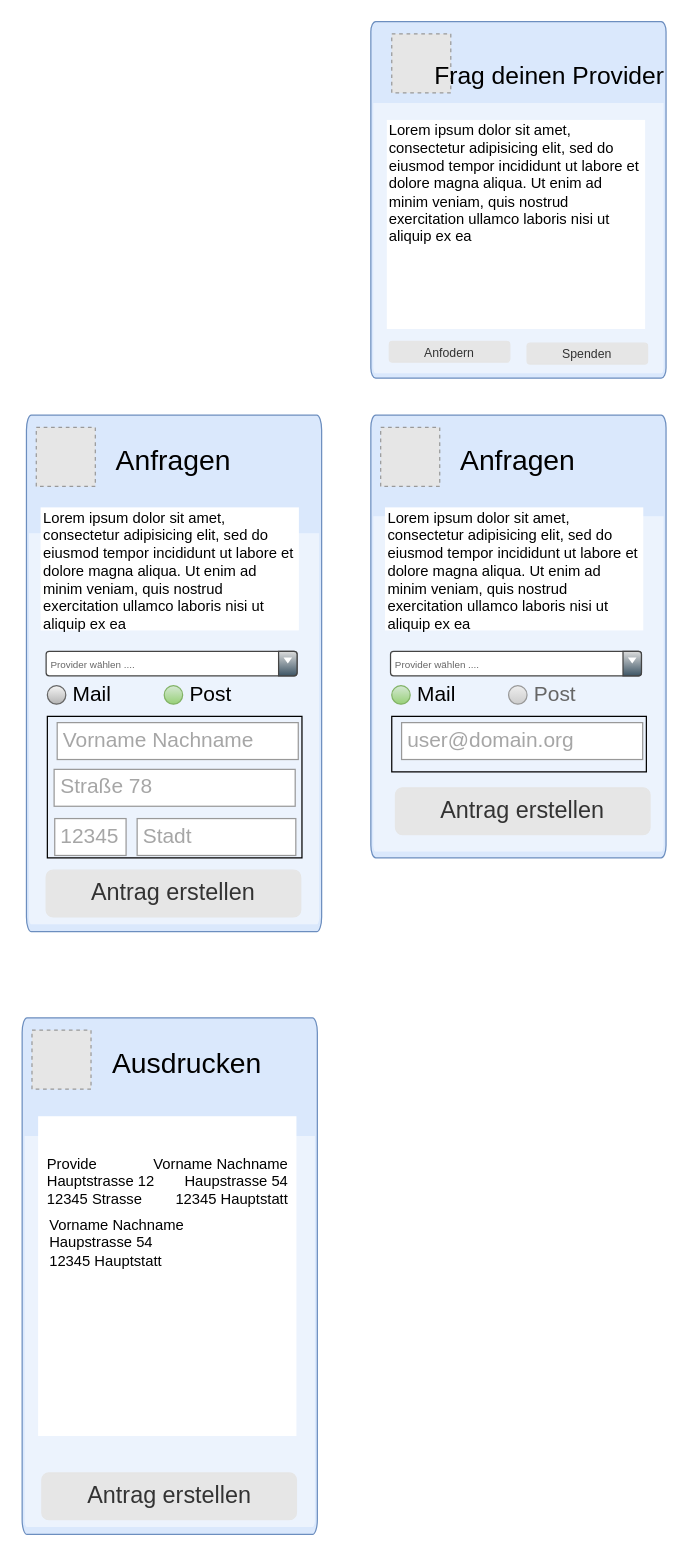
This is docs/moc/FormFlow.drawio from pefi-78/frag-deinen-provider.de, a draw.io file, before an edit. Source tidied: cells renumbered, new cells numbered last; positions are measured from the earlier drawing's top-left corner, leaving out a move shared by most shapes. Both pictures are drawn from the tidied source at 123%, with x=0, y=0 at pixel (21, 21). Pictures stored in the file or linked from it are replaced by grey dashed boxes.
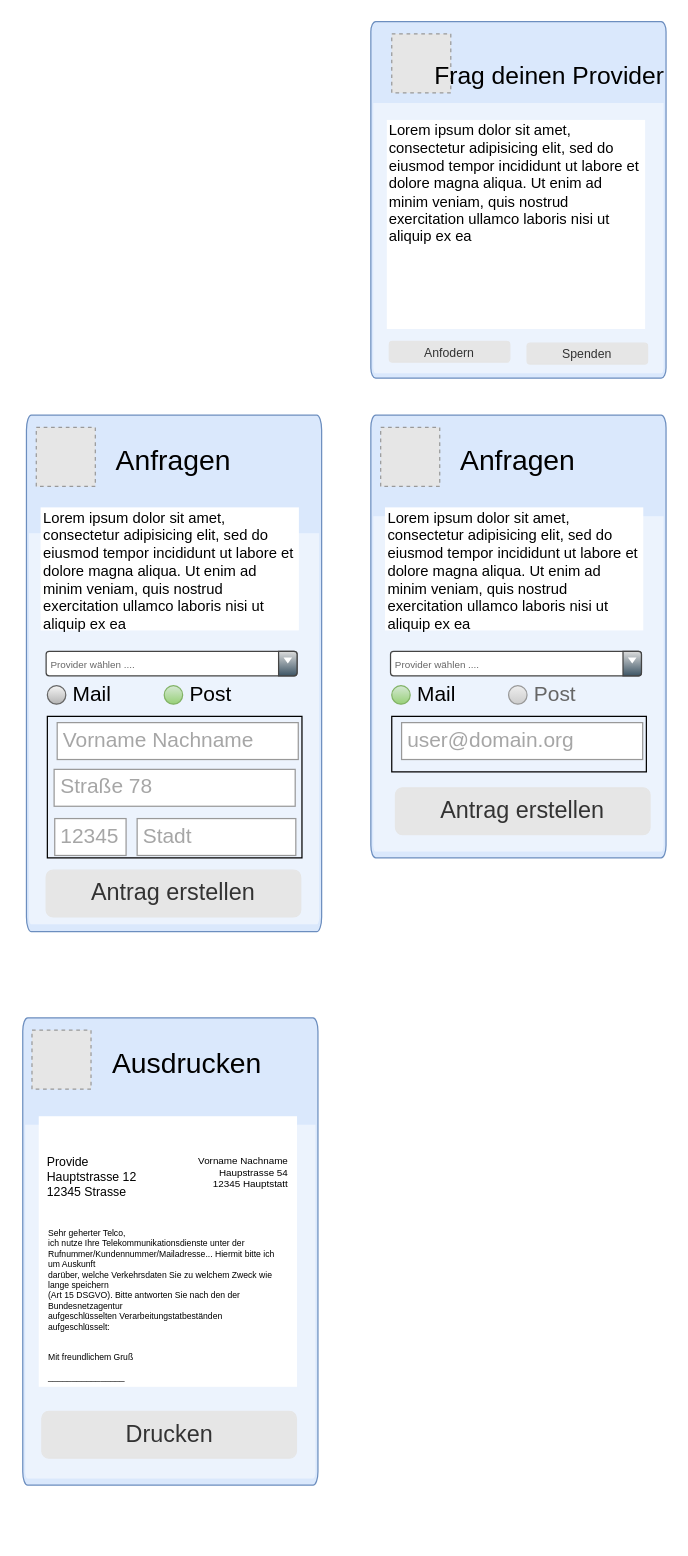
After the change.

Change to the diagram source:
```diff
@@
     <mxCell id="2" style="html=1;labelPosition=center;verticalLabelPosition=middle;verticalAlign=top;align=center;fontSize=12;spacingTop=-6;shape=mxgraph.sitemap.page;fillColor=#dae8fc;strokeColor=#6c8ebf;" parent="1" vertex="1">
-      <mxGeometry x="0.5" y="810" width="240" height="420" as="geometry" />
+      <mxGeometry x="1" y="810" width="240" height="380" as="geometry" />
     </mxCell>
     <mxCell id="3" style="text;spacingTop=-5;whiteSpace=wrap;html=1;align=left;fontSize=12;fontFamily=Helvetica;fillColor=#ffffff;" parent="1" vertex="1">
-      <mxGeometry x="13.5" y="890" width="210" height="260" as="geometry" />
+      <mxGeometry x="14" y="890" width="210" height="220" as="geometry" />
     </mxCell>
@@
-    <mxCell id="33" value="Provide&lt;br&gt;Hauptstrasse 12&lt;br&gt;12345 Strasse&amp;nbsp;&lt;br&gt;" style="text;spacingTop=-5;whiteSpace=wrap;html=1;align=left;fontSize=12;fontFamily=Helvetica;fillColor=none;" parent="1" vertex="1">
+    <mxCell id="33" value="Provide&lt;br style=&quot;font-size: 10px;&quot;&gt;Hauptstrasse 12&lt;br style=&quot;font-size: 10px;&quot;&gt;12345 Strasse&amp;nbsp;&lt;br style=&quot;font-size: 10px;&quot;&gt;" style="text;spacingTop=-5;whiteSpace=wrap;html=1;align=left;fontSize=10;fontFamily=Helvetica;fillColor=none;" parent="1" vertex="1">
       <mxGeometry x="19.3" y="920" width="110" height="50" as="geometry" />
     </mxCell>
-    <mxCell id="34" value="Antrag erstellen" style="rounded=1;html=1;shadow=0;dashed=0;whiteSpace=wrap;fontSize=19;fillColor=#E6E6E6;align=center;strokeColor=#E6E6E6;fontColor=#333333;" parent="1" vertex="1">
-      <mxGeometry x="16.5" y="1180" width="207" height="38" as="geometry" />
+    <mxCell id="34" value="Drucken" style="rounded=1;html=1;shadow=0;dashed=0;whiteSpace=wrap;fontSize=19;fillColor=#E6E6E6;align=center;strokeColor=#E6E6E6;fontColor=#333333;" parent="1" vertex="1">
+      <mxGeometry x="16.5" y="1130" width="207" height="38" as="geometry" />
     </mxCell>
@@
-    <mxCell id="37" value="Vorname Nachname&lt;br&gt;Haupstrasse 54&lt;br&gt;12345 Hauptstatt&lt;br&gt;" style="text;spacingTop=-5;whiteSpace=wrap;html=1;align=right;fontSize=12;fontFamily=Helvetica;fillColor=none;" parent="1" vertex="1">
+    <mxCell id="37" value="Vorname Nachname&lt;br style=&quot;font-size: 8px;&quot;&gt;Haupstrasse 54&lt;br style=&quot;font-size: 8px;&quot;&gt;12345 Hauptstatt&lt;br style=&quot;font-size: 8px;&quot;&gt;" style="text;spacingTop=-5;whiteSpace=wrap;html=1;align=right;fontSize=8;fontFamily=Helvetica;fillColor=none;" parent="1" vertex="1">
       <mxGeometry x="89.3" y="920" width="130" height="40" as="geometry" />
     </mxCell>
-    <mxCell id="38" value="Vorname Nachname&lt;br&gt;Haupstrasse 54&lt;br&gt;12345 Hauptstatt&lt;br&gt;" style="text;spacingTop=-5;whiteSpace=wrap;html=1;align=left;fontSize=12;fontFamily=Helvetica;fillColor=none;" parent="1" vertex="1">
-      <mxGeometry x="21" y="969.5" width="193" height="140" as="geometry" />
+    <mxCell id="38" value="&lt;div style=&quot;font-size: 7px&quot;&gt;Sehr geherter Telco,&lt;/div&gt;&lt;div style=&quot;font-size: 7px&quot;&gt;ich nutze Ihre Telekommunikationsdienste unter der&lt;/div&gt;&lt;div style=&quot;font-size: 7px&quot;&gt;Rufnummer/Kundennummer/Mailadresse... Hiermit bitte ich um Auskunft&lt;/div&gt;&lt;div style=&quot;font-size: 7px&quot;&gt;darüber, welche Verkehrsdaten Sie zu welchem Zweck wie lange speichern&lt;/div&gt;&lt;div style=&quot;font-size: 7px&quot;&gt;(Art 15 DSGVO). Bitte antworten Sie nach den der Bundesnetzagentur&lt;/div&gt;&lt;div style=&quot;font-size: 7px&quot;&gt;aufgeschlüsselten Verarbeitungstatbeständen aufgeschlüsselt:&lt;/div&gt;&lt;div style=&quot;font-size: 7px&quot;&gt;&lt;br style=&quot;font-size: 7px&quot;&gt;&lt;/div&gt;&lt;div style=&quot;font-size: 7px&quot;&gt;&lt;br&gt;&lt;/div&gt;&lt;div style=&quot;font-size: 7px&quot;&gt;Mit freundlichem Gruß&lt;/div&gt;&lt;div style=&quot;font-size: 7px&quot;&gt;&lt;br&gt;&lt;/div&gt;&lt;div style=&quot;font-size: 7px&quot;&gt;________________&lt;br&gt;&lt;/div&gt;" style="text;spacingTop=-5;whiteSpace=wrap;html=1;align=left;fontSize=7;fontFamily=Helvetica;fillColor=none;" parent="1" vertex="1">
+      <mxGeometry x="19.5" y="980" width="193" height="140" as="geometry" />
     </mxCell>
```
